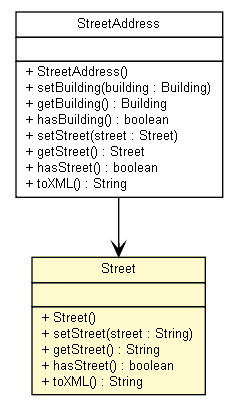
Above: apidocs/nl/geozet/openls/databinding/openls/Street.png in geozet/openls-databinding (Graphviz), before the change. Its source is kept beside it as apidocs/nl/geozet/openls/databinding/openls/Street.dot.
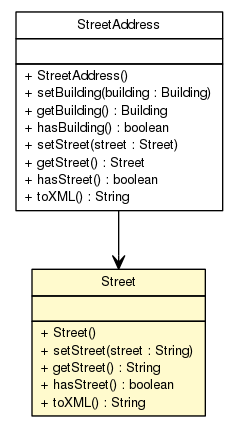
The same file after the commit.

The edit, as a diff of the source:
```diff
@@ -1,10 +1,10 @@
 
 digraph G {
-	edge [fontname="arial",fontsize=10,labelfontname="arial",labelfontsize=10];
-	node [fontname="arial",fontsize=10,shape=plaintext];
+	edge [fontname="Helvetica",fontsize=10,labelfontname="Helvetica",labelfontsize=10];
+	node [fontname="Helvetica",fontsize=10,shape=plaintext];
 	nodesep=0.25;
 	ranksep=0.5;
-	c335 [label=<<table title="nl.geozet.openls.databinding.openls.StreetAddress" border="0" cellborder="1" cellspacing="0" cellpadding="2" port="p" href="./StreetAddress.html">
+	c340 [label=<<table title="nl.geozet.openls.databinding.openls.StreetAddress" border="0" cellborder="1" cellspacing="0" cellpadding="2" port="p" href="./StreetAddress.html">
 		<tr><td><table border="0" cellspacing="0" cellpadding="1">
 <tr><td align="center" balign="center"> StreetAddress </td></tr>
 		</table></td></tr>
@@ -21,8 +21,8 @@
 <tr><td align="left" balign="left"> + hasStreet() : boolean </td></tr>
 <tr><td align="left" balign="left"> + toXML() : String </td></tr>
 		</table></td></tr>
-		</table>>, URL="./StreetAddress.html", fontname="arial", fontcolor="black", fontsize=10.0];
-	c336 [label=<<table title="nl.geozet.openls.databinding.openls.Street" border="0" cellborder="1" cellspacing="0" cellpadding="2" port="p" bgcolor="lemonChiffon" href="./Street.html">
+		</table>>, URL="./StreetAddress.html", fontname="Helvetica", fontcolor="black", fontsize=10.0];
+	c347 [label=<<table title="nl.geozet.openls.databinding.openls.Street" border="0" cellborder="1" cellspacing="0" cellpadding="2" port="p" bgcolor="lemonChiffon" href="./Street.html">
 		<tr><td><table border="0" cellspacing="0" cellpadding="1">
 <tr><td align="center" balign="center"> Street </td></tr>
 		</table></td></tr>
@@ -36,6 +36,6 @@
 <tr><td align="left" balign="left"> + hasStreet() : boolean </td></tr>
 <tr><td align="left" balign="left"> + toXML() : String </td></tr>
 		</table></td></tr>
-		</table>>, URL="./Street.html", fontname="arial", fontcolor="black", fontsize=10.0];
-	c335:p -> c336:p [taillabel="", label="", headlabel="", fontname="arial", fontcolor="black", fontsize=10.0, color="black", arrowhead=open];
+		</table>>, URL="./Street.html", fontname="Helvetica", fontcolor="black", fontsize=10.0];
+	c340:p -> c347:p [taillabel="", label="", headlabel="", fontname="Helvetica", fontcolor="black", fontsize=10.0, color="black", arrowhead=open];
 }
```
